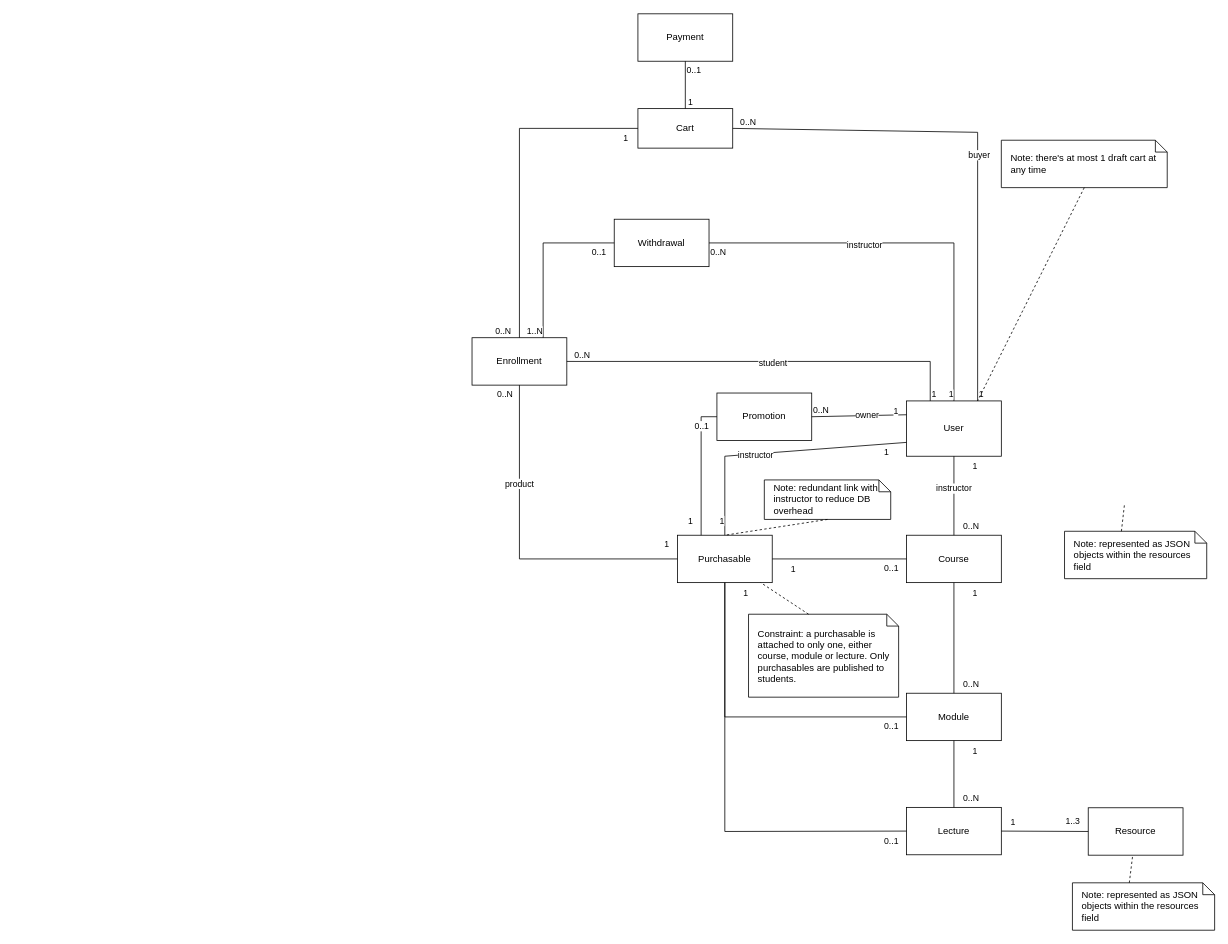
perlucas/elearning-app keeps this draw.io diagram as backend/DER.drawio. Above is the earlier version. Source tidied: cells renumbered, new cells numbered last; positions are measured from the earlier drawing's top-left corner, leaving out a move shared by most shapes. Both pictures are drawn from the tidied source at 79%, with x=0, y=0 at pixel (472, 13).
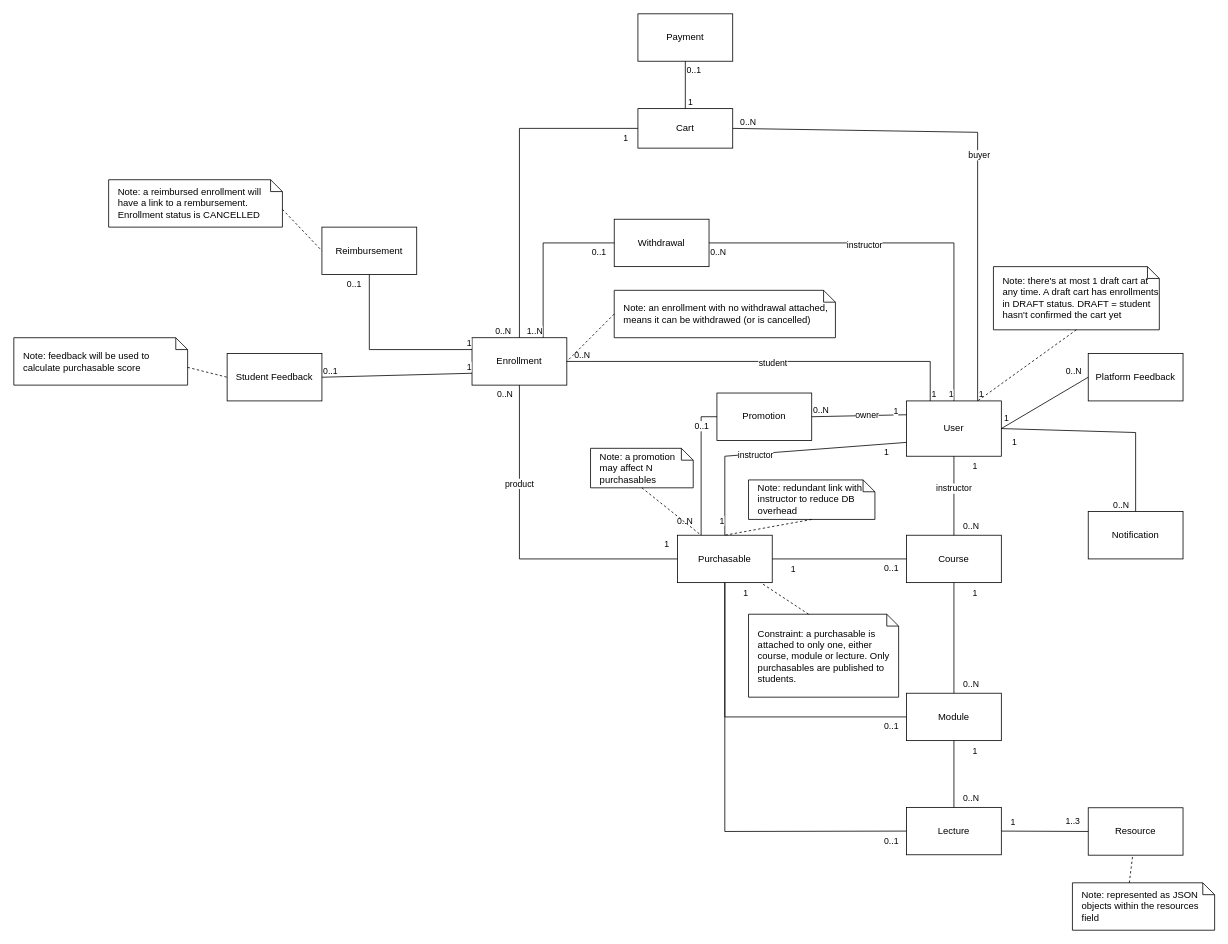
After the change.

The change refers to these unchanged cells:
```xml
<mxCell id="2" value="User" style="rounded=0;whiteSpace=wrap;html=1;" parent="1" vertex="1">
  <mxGeometry x="550" y="490" width="120" height="70" as="geometry" />
</mxCell>
<mxCell id="22" value="Purchasable" style="rounded=0;whiteSpace=wrap;html=1;" parent="1" vertex="1">
  <mxGeometry x="260" y="660" width="120" height="60" as="geometry" />
</mxCell>
<mxCell id="47" style="endArrow=none;html=1;rounded=0;exitX=0;exitY=0.5;exitDx=0;exitDy=0;entryX=0.25;entryY=0;entryDx=0;entryDy=0;startFill=0;" parent="1" edge="1" source="42" target="22">
  <mxGeometry relative="1" as="geometry">
    <Array as="points">
      <mxPoint x="290" y="510" />
    </Array>
  </mxGeometry>
</mxCell>
<mxCell id="50" value="Enrollment" style="rounded=0;whiteSpace=wrap;html=1;" parent="1" vertex="1">
  <mxGeometry y="410" width="120" height="60" as="geometry" />
</mxCell>
```

Change to the diagram source:
```diff
@@
-    <mxCell id="34" value="Note: represented as JSON objects within the resources field" style="shape=note;size=15;align=left;spacingLeft=10;html=1;whiteSpace=wrap;" parent="1" vertex="1">
-      <mxGeometry x="750" y="655" width="180" height="60" as="geometry" />
-    </mxCell>
-    <mxCell id="35" style="edgeStyle=none;endArrow=none;exitX=0.4;exitY=0;dashed=1;html=1;rounded=0;" parent="1" edge="1" source="34">
-      <mxGeometry x="1" relative="1" as="geometry">
-        <mxPoint x="826" y="620" as="targetPoint" />
-      </mxGeometry>
-    </mxCell>
@@
     <mxCell id="40" value="Note: redundant link with instructor to reduce DB overhead" style="shape=note;size=15;align=left;spacingLeft=10;html=1;whiteSpace=wrap;" parent="1" vertex="1">
-      <mxGeometry x="370" y="590" width="160" height="50" as="geometry" />
+      <mxGeometry x="350" y="590" width="160" height="50" as="geometry" />
     </mxCell>
@@
-    <mxCell id="49" value="1" style="edgeLabel;html=1;align=right;verticalAlign=bottom;" parent="47" vertex="1">
+    <mxCell id="49" value="0..N" style="edgeLabel;html=1;align=right;verticalAlign=bottom;" parent="47" vertex="1">
       <mxGeometry x="1" relative="1" as="geometry">
         <mxPoint x="-10" y="-10" as="offset" />
       </mxGeometry>
     </mxCell>
@@
-    <mxCell id="68" value="Note: there's at most 1 draft cart at any time" style="shape=note;size=15;align=left;spacingLeft=10;html=1;whiteSpace=wrap;" parent="1" vertex="1">
-      <mxGeometry x="670" y="160" width="210" height="60" as="geometry" />
+    <mxCell id="68" value="Note: there's at most 1 draft cart at any time. A draft cart has enrollments in DRAFT status. DRAFT = student hasn't confirmed the cart yet" style="shape=note;size=15;align=left;spacingLeft=10;html=1;whiteSpace=wrap;" parent="1" vertex="1">
+      <mxGeometry x="660" y="320" width="210" height="80" as="geometry" />
     </mxCell>
@@
+    <mxCell id="81" value="Note: an enrollment with no withdrawal attached, means it can be withdrawed (or is cancelled)" style="shape=note;size=15;align=left;spacingLeft=10;html=1;whiteSpace=wrap;" parent="1" vertex="1">
+      <mxGeometry x="180" y="350" width="280" height="60" as="geometry" />
+    </mxCell>
+    <mxCell id="82" style="edgeStyle=none;endArrow=none;exitX=0;exitY=0.5;dashed=1;html=1;rounded=0;entryX=1;entryY=0.5;entryDx=0;entryDy=0;exitDx=0;exitDy=0;exitPerimeter=0;" parent="1" edge="1" source="81" target="50">
+      <mxGeometry x="1" relative="1" as="geometry" />
+    </mxCell>
+    <mxCell id="83" value="Reimbursement" style="rounded=0;whiteSpace=wrap;html=1;" parent="1" vertex="1">
+      <mxGeometry x="-190" y="270" width="120" height="60" as="geometry" />
+    </mxCell>
+    <mxCell id="84" style="endArrow=none;html=1;rounded=0;exitX=0.5;exitY=1;exitDx=0;exitDy=0;entryX=0;entryY=0.25;entryDx=0;entryDy=0;startFill=0;" parent="1" edge="1" source="83" target="50">
+      <mxGeometry relative="1" as="geometry">
+        <Array as="points">
+          <mxPoint x="-130" y="425" />
+        </Array>
+      </mxGeometry>
+    </mxCell>
+    <mxCell id="85" value="0..1" style="edgeLabel;html=1;align=left;verticalAlign=bottom;" parent="84" vertex="1">
+      <mxGeometry x="-1" relative="1" as="geometry">
+        <mxPoint x="-30" y="20" as="offset" />
+      </mxGeometry>
+    </mxCell>
+    <mxCell id="86" value="1" style="edgeLabel;html=1;align=right;verticalAlign=bottom;" parent="84" vertex="1">
+      <mxGeometry x="1" relative="1" as="geometry" />
+    </mxCell>
+    <mxCell id="87" value="Note: a reimbursed enrollment will have a link to a rembursement. Enrollment status is CANCELLED" style="shape=note;size=15;align=left;spacingLeft=10;html=1;whiteSpace=wrap;" parent="1" vertex="1">
+      <mxGeometry x="-460" y="210" width="220" height="60" as="geometry" />
+    </mxCell>
+    <mxCell id="88" style="edgeStyle=none;endArrow=none;exitX=0;exitY=0;dashed=1;html=1;rounded=0;entryX=0;entryY=0.5;entryDx=0;entryDy=0;exitDx=220;exitDy=37.5;exitPerimeter=0;" parent="1" edge="1" source="87" target="83">
+      <mxGeometry x="1" relative="1" as="geometry" />
+    </mxCell>
+    <mxCell id="89" value="Note: a promotion may affect N purchasables" style="shape=note;size=15;align=left;spacingLeft=10;html=1;whiteSpace=wrap;" parent="1" vertex="1">
+      <mxGeometry x="150" y="550" width="130" height="50" as="geometry" />
+    </mxCell>
+    <mxCell id="90" style="edgeStyle=none;endArrow=none;exitX=0.5;exitY=1;dashed=1;html=1;rounded=0;exitDx=0;exitDy=0;exitPerimeter=0;entryX=0.25;entryY=0;entryDx=0;entryDy=0;" parent="1" edge="1" source="89" target="22">
+      <mxGeometry x="1" relative="1" as="geometry" />
+    </mxCell>
+    <mxCell id="91" value="Student Feedback" style="rounded=0;whiteSpace=wrap;html=1;" parent="1" vertex="1">
+      <mxGeometry x="-310" y="430" width="120" height="60" as="geometry" />
+    </mxCell>
+    <mxCell id="92" style="endArrow=none;html=1;rounded=0;exitX=1;exitY=0.5;exitDx=0;exitDy=0;startFill=0;entryX=0;entryY=0.75;entryDx=0;entryDy=0;" parent="1" edge="1" source="91" target="50">
+      <mxGeometry relative="1" as="geometry" />
+    </mxCell>
+    <mxCell id="93" value="0..1" style="edgeLabel;html=1;align=left;verticalAlign=bottom;" parent="92" vertex="1">
+      <mxGeometry x="-1" relative="1" as="geometry" />
+    </mxCell>
+    <mxCell id="94" value="1" style="edgeLabel;html=1;align=right;verticalAlign=bottom;" parent="92" vertex="1">
+      <mxGeometry x="1" relative="1" as="geometry" />
+    </mxCell>
+    <mxCell id="95" value="Platform Feedback" style="rounded=0;whiteSpace=wrap;html=1;" parent="1" vertex="1">
+      <mxGeometry x="780" y="430" width="120" height="60" as="geometry" />
+    </mxCell>
+    <mxCell id="96" style="endArrow=none;html=1;rounded=0;exitX=0;exitY=0.5;exitDx=0;exitDy=0;entryX=1;entryY=0.5;entryDx=0;entryDy=0;startFill=0;" parent="1" edge="1" source="95" target="2">
+      <mxGeometry relative="1" as="geometry" />
+    </mxCell>
+    <mxCell id="97" value="0..N" style="edgeLabel;html=1;align=left;verticalAlign=bottom;" parent="96" vertex="1">
+      <mxGeometry x="-1" relative="1" as="geometry">
+        <mxPoint x="-30" as="offset" />
+      </mxGeometry>
+    </mxCell>
+    <mxCell id="98" value="1" style="edgeLabel;html=1;align=right;verticalAlign=bottom;" parent="96" vertex="1">
+      <mxGeometry x="1" relative="1" as="geometry">
+        <mxPoint x="10" y="-5" as="offset" />
+      </mxGeometry>
+    </mxCell>
+    <mxCell id="99" value="Note: feedback will be used to calculate purchasable score" style="shape=note;size=15;align=left;spacingLeft=10;html=1;whiteSpace=wrap;" parent="1" vertex="1">
+      <mxGeometry x="-580" y="410" width="220" height="60" as="geometry" />
+    </mxCell>
+    <mxCell id="100" style="edgeStyle=none;endArrow=none;exitX=0;exitY=0;dashed=1;html=1;rounded=0;entryX=0;entryY=0.5;entryDx=0;entryDy=0;exitDx=220;exitDy=37.5;exitPerimeter=0;" parent="1" edge="1" source="99" target="91">
+      <mxGeometry x="1" relative="1" as="geometry" />
+    </mxCell>
+    <mxCell id="101" value="Notification" style="rounded=0;whiteSpace=wrap;html=1;" parent="1" vertex="1">
+      <mxGeometry x="780" y="630" width="120" height="60" as="geometry" />
+    </mxCell>
+    <mxCell id="102" style="endArrow=none;html=1;rounded=0;exitX=0.5;exitY=0;exitDx=0;exitDy=0;entryX=1;entryY=0.5;entryDx=0;entryDy=0;startFill=0;" parent="1" edge="1" source="101" target="2">
+      <mxGeometry relative="1" as="geometry">
+        <Array as="points">
+          <mxPoint x="840" y="530" />
+        </Array>
+      </mxGeometry>
+    </mxCell>
+    <mxCell id="103" value="0..N" style="edgeLabel;html=1;align=left;verticalAlign=bottom;" parent="102" vertex="1">
+      <mxGeometry x="-1" relative="1" as="geometry">
+        <mxPoint x="-30" as="offset" />
+      </mxGeometry>
+    </mxCell>
+    <mxCell id="104" value="1" style="edgeLabel;html=1;align=right;verticalAlign=bottom;" parent="102" vertex="1">
+      <mxGeometry x="1" relative="1" as="geometry">
+        <mxPoint x="20" y="25" as="offset" />
+      </mxGeometry>
+    </mxCell>
```
